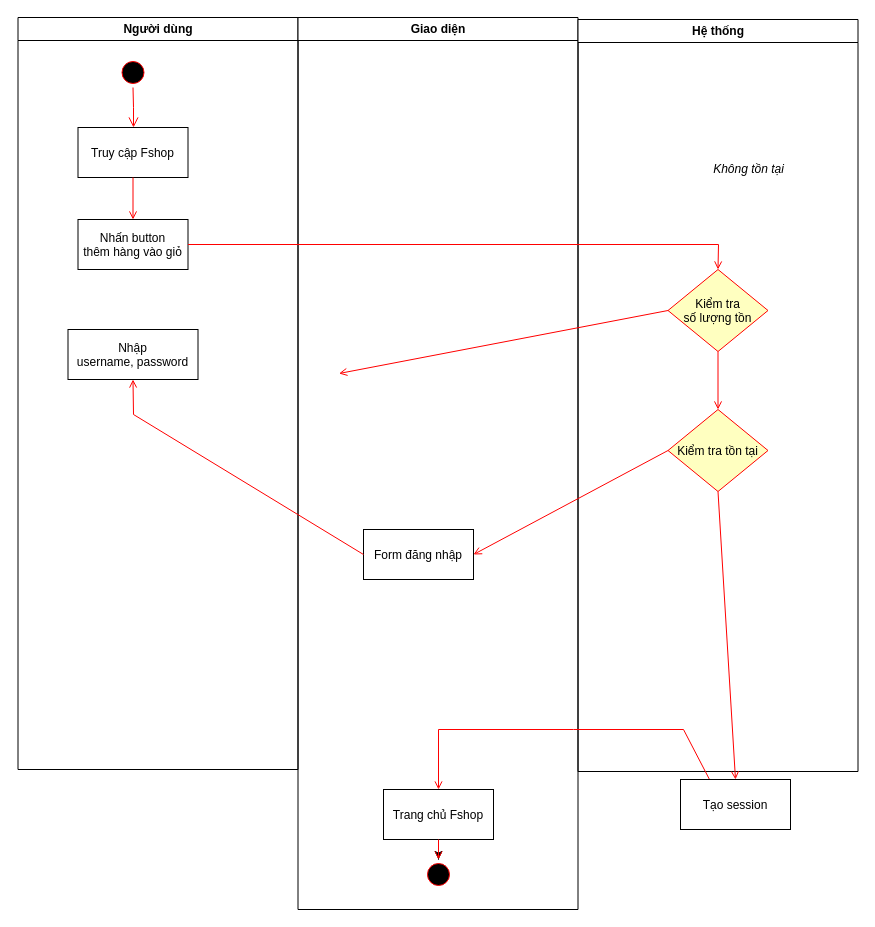
The draw.io diagram ActivityAddToCart.drawio in NguyenQuocAn99/MyDiagram, before the edit. Source tidied: cells renumbered, new cells numbered last; positions are measured from the earlier drawing's top-left corner, leaving out a move shared by most shapes. Both pictures are drawn from the tidied source at 100%, with x=0, y=0 at pixel (17, 17).
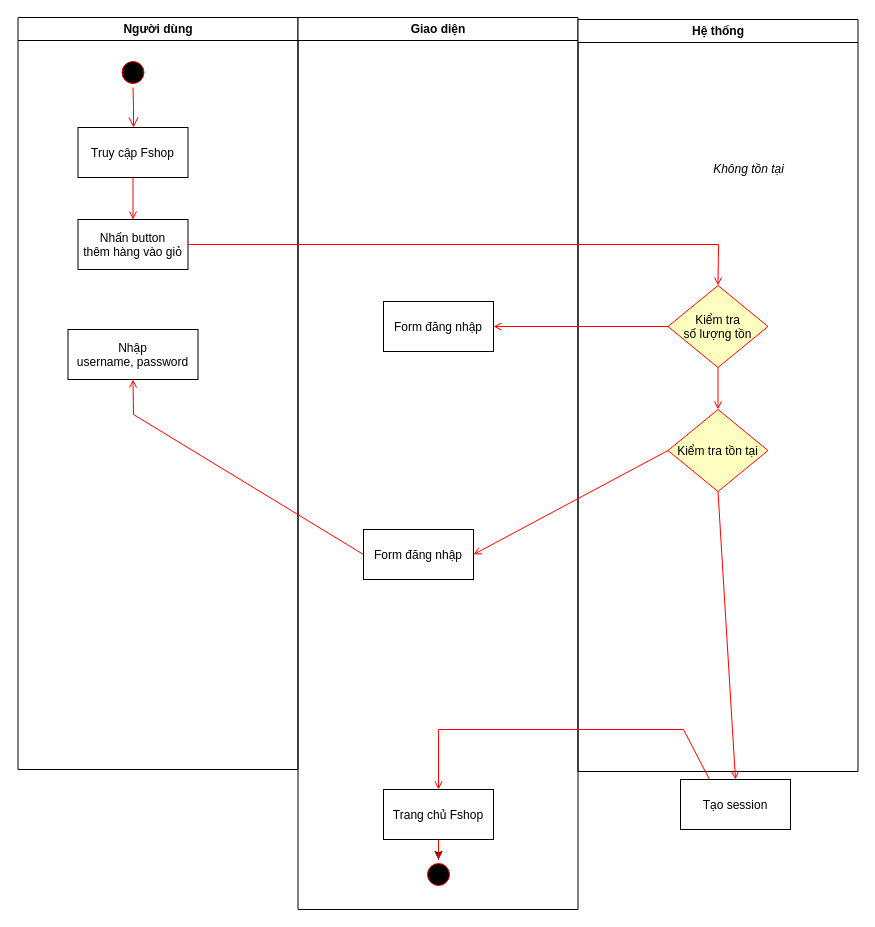
After the change.

The change refers to these unchanged cells:
```xml
<mxCell id="9" value="Giao diện" style="swimlane;whiteSpace=wrap;" parent="1" vertex="1">
  <mxGeometry x="280.5" width="280" height="892" as="geometry" />
</mxCell>
<mxCell id="15" value="Hệ thống" style="swimlane;whiteSpace=wrap;" parent="1" vertex="1">
  <mxGeometry x="560.5" y="2" width="280" height="752" as="geometry" />
</mxCell>
```

What changed in the source:
```diff
@@
+    <mxCell id="27" value="Form đăng nhập" parent="9" vertex="1">
+      <mxGeometry x="85.5" y="284" width="110" height="50" as="geometry" />
+    </mxCell>
@@
     <mxCell id="17" value="Kiểm tra&#10;số lượng tồn" style="rhombus;fillColor=#ffffc0;strokeColor=#ff0000;" parent="15" vertex="1">
-      <mxGeometry x="90" y="250" width="100" height="82" as="geometry" />
+      <mxGeometry x="90" y="266" width="100" height="82" as="geometry" />
     </mxCell>
@@
-    <mxCell id="26" style="endArrow=open;strokeColor=#FF0000;endFill=1;rounded=0;exitX=0;exitY=0.5;exitDx=0;exitDy=0;entryX=1;entryY=0.5;entryDx=0;entryDy=0;" parent="1" edge="1" source="17">
-      <mxGeometry relative="1" as="geometry">
-        <mxPoint x="321.5" y="356" as="targetPoint" />
-      </mxGeometry>
+    <mxCell id="26" style="endArrow=open;strokeColor=#FF0000;endFill=1;rounded=0;exitX=0;exitY=0.5;exitDx=0;exitDy=0;entryX=1;entryY=0.5;entryDx=0;entryDy=0;" parent="1" edge="1" source="17" target="27">
+      <mxGeometry relative="1" as="geometry" />
     </mxCell>
```
